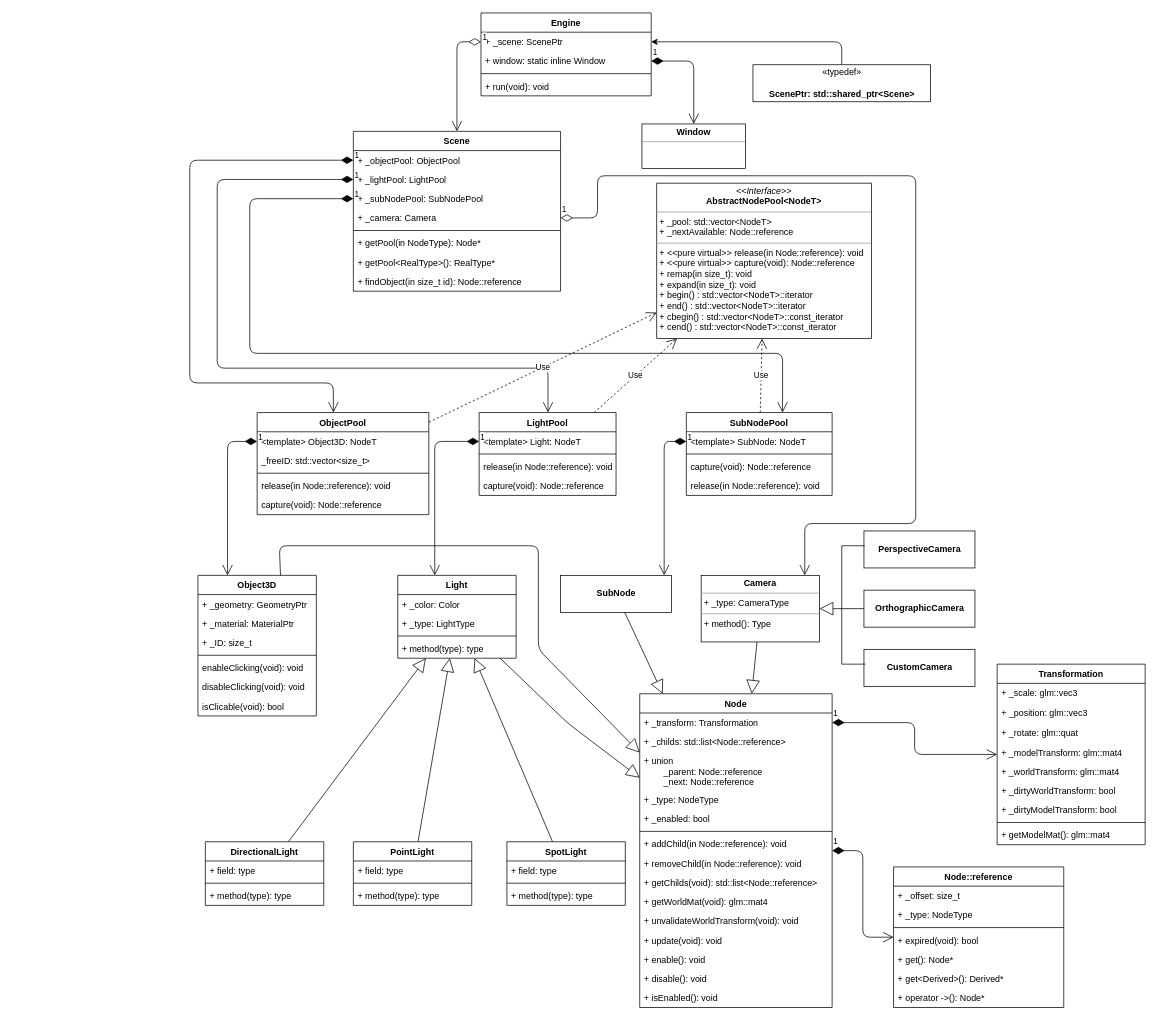
The draw.io diagram Untitled Diagram.drawio in bit-creator/VisualEngine, before the edit. Source tidied: cells renumbered, new cells numbered last; positions are measured from the earlier drawing's top-left corner, leaving out a move shared by most shapes. Both pictures are drawn from the tidied source at 74%, with x=0, y=0 at pixel (189, 13).
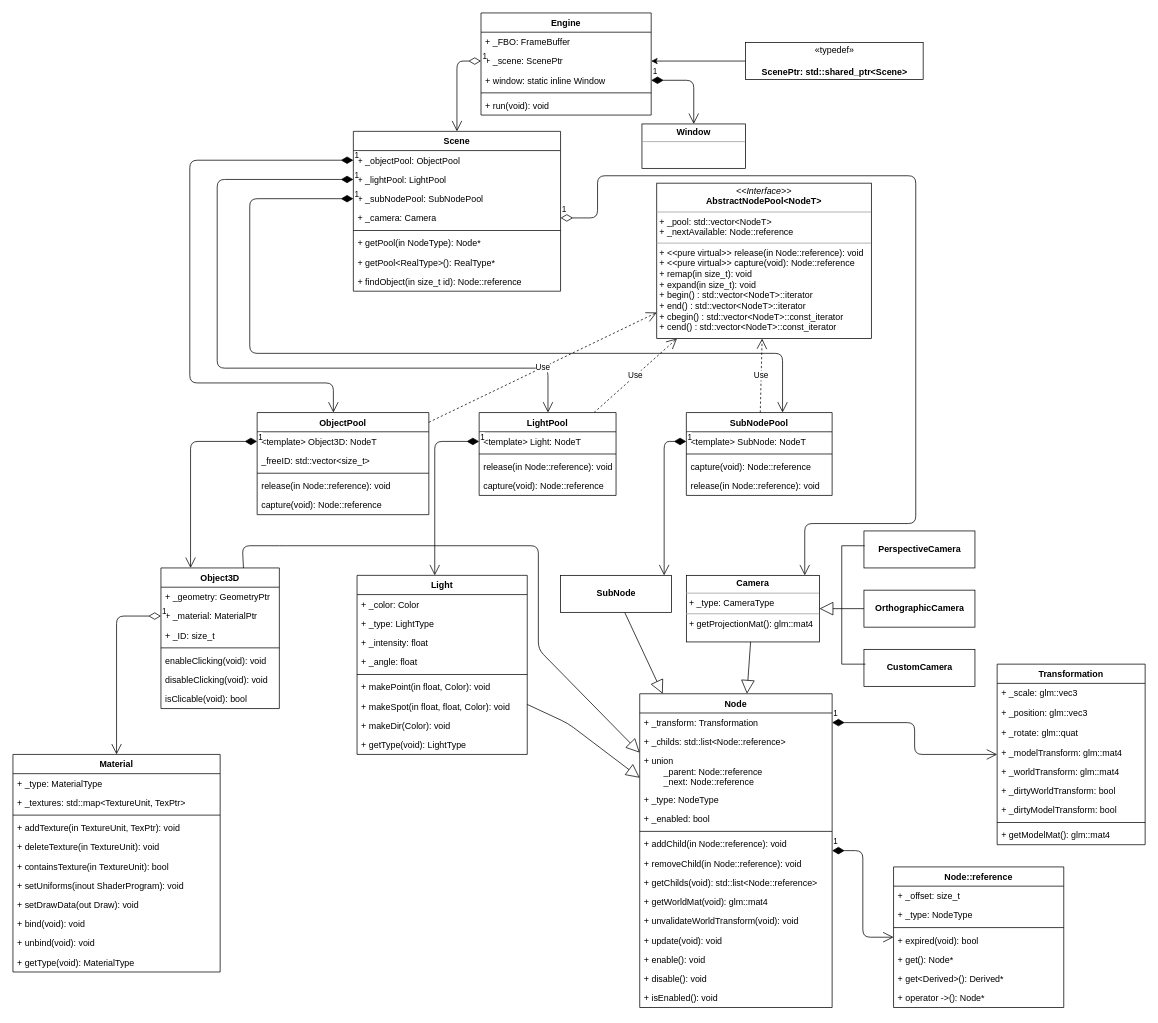
The same page after the edit.

Unchanged cells that the change refers to:
```xml
<mxCell id="2" value="Node" style="swimlane;fontStyle=1;align=center;verticalAlign=top;horizontal=1;startSize=26;" parent="1" vertex="1">
  <mxGeometry x="608" y="920" width="260" height="424" as="geometry" />
</mxCell>
<mxCell id="42" value="&lt;template&gt; Object3D: NodeT" style="text;strokeColor=none;fillColor=none;align=left;verticalAlign=top;spacingLeft=4;spacingRight=4;overflow=hidden;points=[[0,0.5],[1,0.5]];portConstraint=eastwest;" parent="41" vertex="1">
  <mxGeometry y="26" width="232" height="26" as="geometry" />
</mxCell>
<mxCell id="78" value="+ _material: MaterialPtr" style="text;strokeColor=none;fillColor=none;align=left;verticalAlign=top;spacingLeft=4;spacingRight=4;overflow=hidden;points=[[0,0.5],[1,0.5]];portConstraint=eastwest;" parent="76" vertex="1">
  <mxGeometry y="52" width="160" height="26" as="geometry" />
</mxCell>
```

Diff of the diagram source:
```diff
@@
-    <mxCell id="27" value="&lt;p style=&quot;margin: 0px ; margin-top: 4px ; text-align: center&quot;&gt;&lt;b&gt;Camera&lt;/b&gt;&lt;/p&gt;&lt;hr size=&quot;1&quot;&gt;&lt;p style=&quot;margin: 0px ; margin-left: 4px&quot;&gt;+ _type: CameraType&lt;/p&gt;&lt;hr size=&quot;1&quot;&gt;&lt;p style=&quot;margin: 0px ; margin-left: 4px&quot;&gt;+ method(): Type&lt;/p&gt;" style="verticalAlign=top;align=left;overflow=fill;fontSize=12;fontFamily=Helvetica;html=1;" parent="1" vertex="1">
-      <mxGeometry x="691" y="760" width="160" height="90" as="geometry" />
+    <mxCell id="27" value="&lt;p style=&quot;margin: 0px ; margin-top: 4px ; text-align: center&quot;&gt;&lt;b&gt;Camera&lt;/b&gt;&lt;/p&gt;&lt;hr size=&quot;1&quot;&gt;&lt;p style=&quot;margin: 0px ; margin-left: 4px&quot;&gt;+ _type: CameraType&lt;/p&gt;&lt;hr size=&quot;1&quot;&gt;&lt;p style=&quot;margin: 0px ; margin-left: 4px&quot;&gt;+ getProjectionMat(): glm::mat4&lt;/p&gt;" style="verticalAlign=top;align=left;overflow=fill;fontSize=12;fontFamily=Helvetica;html=1;" parent="1" vertex="1">
+      <mxGeometry x="671" y="760" width="180" height="90" as="geometry" />
     </mxCell>
     <mxCell id="28" style="endArrow=block;endSize=16;endFill=0;html=1;exitX=0.698;exitY=0.016;exitDx=0;exitDy=0;exitPerimeter=0;" parent="1" edge="1" source="76" target="2">
       <mxGeometry relative="1" as="geometry">
         <Array as="points">
+          <mxPoint x="71" y="720" />
           <mxPoint x="121" y="720" />
           <mxPoint x="471" y="720" />
           <mxPoint x="471" y="860" />
         </Array>
       </mxGeometry>
     </mxCell>
     <mxCell id="29" value="Engine" style="swimlane;fontStyle=1;align=center;verticalAlign=top;horizontal=1;startSize=26;" parent="1" vertex="1">
-      <mxGeometry x="393.5" width="230" height="112" as="geometry" />
+      <mxGeometry x="393.5" width="230" height="138" as="geometry" />
     </mxCell>
+    <mxCell id="125" value="+ _FBO: FrameBuffer" style="text;strokeColor=none;fillColor=none;align=left;verticalAlign=top;spacingLeft=4;spacingRight=4;overflow=hidden;" parent="29" vertex="1">
+      <mxGeometry y="26" width="230" height="26" as="geometry" />
+    </mxCell>
     <mxCell id="30" value="+ _scene: ScenePtr" style="text;strokeColor=none;fillColor=none;align=left;verticalAlign=top;spacingLeft=4;spacingRight=4;overflow=hidden;points=[[0,0.5],[1,0.5]];portConstraint=eastwest;" parent="29" vertex="1">
-      <mxGeometry y="26" width="230" height="26" as="geometry" />
+      <mxGeometry y="52" width="230" height="26" as="geometry" />
     </mxCell>
     <mxCell id="31" value="+ window: static inline Window" style="text;strokeColor=none;fillColor=none;align=left;verticalAlign=top;spacingLeft=4;spacingRight=4;overflow=hidden;points=[[0,0.5],[1,0.5]];portConstraint=eastwest;" parent="29" vertex="1">
-      <mxGeometry y="52" width="230" height="26" as="geometry" />
+      <mxGeometry y="78" width="230" height="26" as="geometry" />
     </mxCell>
     <mxCell id="32" style="line;strokeWidth=1;fillColor=none;align=left;verticalAlign=middle;spacingTop=-1;spacingLeft=3;spacingRight=3;labelPosition=right;" parent="29" vertex="1">
-      <mxGeometry y="78" width="230" height="8" as="geometry" />
+      <mxGeometry y="104" width="230" height="8" as="geometry" />
     </mxCell>
     <mxCell id="33" value="+ run(void): void" style="text;strokeColor=none;fillColor=none;align=left;verticalAlign=top;spacingLeft=4;spacingRight=4;overflow=hidden;" parent="29" vertex="1">
-      <mxGeometry y="86" width="230" height="26" as="geometry" />
+      <mxGeometry y="112" width="230" height="26" as="geometry" />
     </mxCell>
@@
     <mxCell id="39" value="«typedef»&lt;br&gt;&lt;div&gt;&lt;br&gt;&lt;/div&gt;&lt;div&gt;&lt;b&gt;ScenePtr: std::shared_ptr&amp;lt;Scene&amp;gt;&lt;/b&gt;&lt;br&gt;&lt;/div&gt;&lt;b&gt;&lt;/b&gt;" style="html=1;" parent="1" vertex="1">
-      <mxGeometry x="761" y="70" width="240" height="50" as="geometry" />
+      <mxGeometry x="751" y="40" width="240" height="50" as="geometry" />
     </mxCell>
@@
     <mxCell id="61" value="1" style="endArrow=open;html=1;endSize=12;startArrow=diamondThin;startSize=14;startFill=1;edgeStyle=orthogonalEdgeStyle;align=left;verticalAlign=bottom;" parent="1" edge="1" source="42" target="76">
       <mxGeometry x="-1" y="3" relative="1" as="geometry">
         <Array as="points">
-          <mxPoint x="51" y="579" />
+          <mxPoint x="1" y="579" />
         </Array>
       </mxGeometry>
     </mxCell>
@@
     <mxCell id="76" value="Object3D" style="swimlane;fontStyle=1;align=center;verticalAlign=top;horizontal=1;startSize=26;" parent="1" vertex="1">
-      <mxGeometry x="11" y="760" width="160" height="190" as="geometry" />
+      <mxGeometry x="-39" y="750" width="160" height="190" as="geometry" />
     </mxCell>
@@
     <mxCell id="85" value="Light" style="swimlane;fontStyle=1;align=center;verticalAlign=top;horizontal=1;startSize=26;" parent="1" vertex="1">
-      <mxGeometry x="281" y="760" width="160" height="112" as="geometry" />
+      <mxGeometry x="226" y="760" width="230" height="242" as="geometry" />
     </mxCell>
     <mxCell id="86" value="+ _color: Color" style="text;strokeColor=none;fillColor=none;align=left;verticalAlign=top;spacingLeft=4;spacingRight=4;overflow=hidden;" parent="85" vertex="1">
-      <mxGeometry y="26" width="160" height="26" as="geometry" />
+      <mxGeometry y="26" width="230" height="26" as="geometry" />
     </mxCell>
+    <mxCell id="126" value="+ _type: LightType" style="text;strokeColor=none;fillColor=none;align=left;verticalAlign=top;spacingLeft=4;spacingRight=4;overflow=hidden;" parent="85" vertex="1">
+      <mxGeometry y="52" width="230" height="26" as="geometry" />
+    </mxCell>
-    <mxCell id="87" value="+ _type: LightType" style="text;strokeColor=none;fillColor=none;align=left;verticalAlign=top;spacingLeft=4;spacingRight=4;overflow=hidden;" parent="85" vertex="1">
-      <mxGeometry y="52" width="160" height="26" as="geometry" />
+    <mxCell id="87" value="+ _intensity: float" style="text;strokeColor=none;fillColor=none;align=left;verticalAlign=top;spacingLeft=4;spacingRight=4;overflow=hidden;" parent="85" vertex="1">
+      <mxGeometry y="78" width="230" height="26" as="geometry" />
     </mxCell>
+    <mxCell id="127" value="+ _angle: float" style="text;strokeColor=none;fillColor=none;align=left;verticalAlign=top;spacingLeft=4;spacingRight=4;overflow=hidden;" parent="85" vertex="1">
+      <mxGeometry y="104" width="230" height="26" as="geometry" />
+    </mxCell>
     <mxCell id="88" style="line;strokeWidth=1;fillColor=none;align=left;verticalAlign=middle;spacingTop=-1;spacingLeft=3;spacingRight=3;labelPosition=right;" parent="85" vertex="1">
-      <mxGeometry y="78" width="160" height="8" as="geometry" />
+      <mxGeometry y="130" width="230" height="8" as="geometry" />
     </mxCell>
-    <mxCell id="89" value="+ method(type): type" style="text;strokeColor=none;fillColor=none;align=left;verticalAlign=top;spacingLeft=4;spacingRight=4;overflow=hidden;" parent="85" vertex="1">
-      <mxGeometry y="86" width="160" height="26" as="geometry" />
+    <mxCell id="89" value="+ makePoint(in float, Color): void" style="text;strokeColor=none;fillColor=none;align=left;verticalAlign=top;spacingLeft=4;spacingRight=4;overflow=hidden;" parent="85" vertex="1">
+      <mxGeometry y="138" width="230" height="26" as="geometry" />
     </mxCell>
-    <mxCell id="90" value="DirectionalLight" style="swimlane;fontStyle=1;align=center;verticalAlign=top;horizontal=1;startSize=26;" parent="1" vertex="1">
-      <mxGeometry x="21" y="1120" width="160" height="86" as="geometry" />
-    </mxCell>
-    <mxCell id="91" value="+ field: type" style="text;strokeColor=none;fillColor=none;align=left;verticalAlign=top;spacingLeft=4;spacingRight=4;overflow=hidden;" parent="90" vertex="1">
-      <mxGeometry y="26" width="160" height="26" as="geometry" />
-    </mxCell>
-    <mxCell id="92" style="line;strokeWidth=1;fillColor=none;align=left;verticalAlign=middle;spacingTop=-1;spacingLeft=3;spacingRight=3;labelPosition=right;" parent="90" vertex="1">
-      <mxGeometry y="52" width="160" height="8" as="geometry" />
-    </mxCell>
-    <mxCell id="93" value="+ method(type): type" style="text;strokeColor=none;fillColor=none;align=left;verticalAlign=top;spacingLeft=4;spacingRight=4;overflow=hidden;" parent="90" vertex="1">
-      <mxGeometry y="60" width="160" height="26" as="geometry" />
-    </mxCell>
-    <mxCell id="94" value="PointLight" style="swimlane;fontStyle=1;align=center;verticalAlign=top;horizontal=1;startSize=26;" parent="1" vertex="1">
-      <mxGeometry x="221" y="1120" width="160" height="86" as="geometry" />
-    </mxCell>
-    <mxCell id="95" value="+ field: type" style="text;strokeColor=none;fillColor=none;align=left;verticalAlign=top;spacingLeft=4;spacingRight=4;overflow=hidden;" parent="94" vertex="1">
-      <mxGeometry y="26" width="160" height="26" as="geometry" />
-    </mxCell>
-    <mxCell id="96" style="line;strokeWidth=1;fillColor=none;align=left;verticalAlign=middle;spacingTop=-1;spacingLeft=3;spacingRight=3;labelPosition=right;" parent="94" vertex="1">
-      <mxGeometry y="52" width="160" height="8" as="geometry" />
-    </mxCell>
-    <mxCell id="97" value="+ method(type): type" style="text;strokeColor=none;fillColor=none;align=left;verticalAlign=top;spacingLeft=4;spacingRight=4;overflow=hidden;" parent="94" vertex="1">
-      <mxGeometry y="60" width="160" height="26" as="geometry" />
-    </mxCell>
-    <mxCell id="98" value="SpotLight" style="swimlane;fontStyle=1;align=center;verticalAlign=top;horizontal=1;startSize=26;" parent="1" vertex="1">
-      <mxGeometry x="428.5" y="1120" width="160" height="86" as="geometry" />
-    </mxCell>
-    <mxCell id="99" value="+ field: type" style="text;strokeColor=none;fillColor=none;align=left;verticalAlign=top;spacingLeft=4;spacingRight=4;overflow=hidden;" parent="98" vertex="1">
-      <mxGeometry y="26" width="160" height="26" as="geometry" />
-    </mxCell>
-    <mxCell id="100" style="line;strokeWidth=1;fillColor=none;align=left;verticalAlign=middle;spacingTop=-1;spacingLeft=3;spacingRight=3;labelPosition=right;" parent="98" vertex="1">
-      <mxGeometry y="52" width="160" height="8" as="geometry" />
-    </mxCell>
-    <mxCell id="101" value="+ method(type): type" style="text;strokeColor=none;fillColor=none;align=left;verticalAlign=top;spacingLeft=4;spacingRight=4;overflow=hidden;" parent="98" vertex="1">
-      <mxGeometry y="60" width="160" height="26" as="geometry" />
-    </mxCell>
-    <mxCell id="102" style="endArrow=block;endSize=16;endFill=0;html=1;" parent="1" edge="1" source="90" target="85">
-      <mxGeometry relative="1" as="geometry" />
-    </mxCell>
-    <mxCell id="103" style="endArrow=block;endSize=16;endFill=0;html=1;" parent="1" edge="1" source="94" target="85">
-      <mxGeometry relative="1" as="geometry" />
-    </mxCell>
-    <mxCell id="104" style="endArrow=block;endSize=16;endFill=0;html=1;" parent="1" edge="1" source="98" target="85">
-      <mxGeometry relative="1" as="geometry" />
-    </mxCell>
+    <mxCell id="128" value="+ makeSpot(in float, float, Color): void" style="text;strokeColor=none;fillColor=none;align=left;verticalAlign=top;spacingLeft=4;spacingRight=4;overflow=hidden;" parent="85" vertex="1">
+      <mxGeometry y="164" width="230" height="26" as="geometry" />
+    </mxCell>
+    <mxCell id="129" value="+ makeDir(Color): void" style="text;strokeColor=none;fillColor=none;align=left;verticalAlign=top;spacingLeft=4;spacingRight=4;overflow=hidden;" parent="85" vertex="1">
+      <mxGeometry y="190" width="230" height="26" as="geometry" />
+    </mxCell>
+    <mxCell id="130" value="+ getType(void): LightType" style="text;strokeColor=none;fillColor=none;align=left;verticalAlign=top;spacingLeft=4;spacingRight=4;overflow=hidden;" parent="85" vertex="1">
+      <mxGeometry y="216" width="230" height="26" as="geometry" />
+    </mxCell>
@@
+    <mxCell id="131" value="Material" style="swimlane;fontStyle=1;align=center;verticalAlign=top;horizontal=1;startSize=26;" parent="1" vertex="1">
+      <mxGeometry x="-239" y="1002" width="280" height="294" as="geometry" />
+    </mxCell>
+    <mxCell id="132" value="+ _type: MaterialType" style="text;strokeColor=none;fillColor=none;align=left;verticalAlign=top;spacingLeft=4;spacingRight=4;overflow=hidden;" parent="131" vertex="1">
+      <mxGeometry y="26" width="280" height="26" as="geometry" />
+    </mxCell>
+    <mxCell id="133" value="+ _textures: std::map&lt;TextureUnit, TexPtr&gt;" style="text;strokeColor=none;fillColor=none;align=left;verticalAlign=top;spacingLeft=4;spacingRight=4;overflow=hidden;" parent="131" vertex="1">
+      <mxGeometry y="52" width="280" height="26" as="geometry" />
+    </mxCell>
+    <mxCell id="134" style="line;strokeWidth=1;fillColor=none;align=left;verticalAlign=middle;spacingTop=-1;spacingLeft=3;spacingRight=3;labelPosition=right;" parent="131" vertex="1">
+      <mxGeometry y="78" width="280" height="8" as="geometry" />
+    </mxCell>
+    <mxCell id="135" value="+ addTexture(in TextureUnit, TexPtr): void" style="text;strokeColor=none;fillColor=none;align=left;verticalAlign=top;spacingLeft=4;spacingRight=4;overflow=hidden;" parent="131" vertex="1">
+      <mxGeometry y="86" width="280" height="26" as="geometry" />
+    </mxCell>
+    <mxCell id="136" value="+ deleteTexture(in TextureUnit): void" style="text;strokeColor=none;fillColor=none;align=left;verticalAlign=top;spacingLeft=4;spacingRight=4;overflow=hidden;" parent="131" vertex="1">
+      <mxGeometry y="112" width="280" height="26" as="geometry" />
+    </mxCell>
+    <mxCell id="137" value="+ containsTexture(in TextureUnit): bool" style="text;strokeColor=none;fillColor=none;align=left;verticalAlign=top;spacingLeft=4;spacingRight=4;overflow=hidden;" parent="131" vertex="1">
+      <mxGeometry y="138" width="280" height="26" as="geometry" />
+    </mxCell>
+    <mxCell id="138" value="+ setUniforms(inout ShaderProgram): void" style="text;strokeColor=none;fillColor=none;align=left;verticalAlign=top;spacingLeft=4;spacingRight=4;overflow=hidden;" parent="131" vertex="1">
+      <mxGeometry y="164" width="280" height="26" as="geometry" />
+    </mxCell>
+    <mxCell id="139" value="+ setDrawData(out Draw): void" style="text;strokeColor=none;fillColor=none;align=left;verticalAlign=top;spacingLeft=4;spacingRight=4;overflow=hidden;" parent="131" vertex="1">
+      <mxGeometry y="190" width="280" height="26" as="geometry" />
+    </mxCell>
+    <mxCell id="140" value="+ bind(void): void" style="text;strokeColor=none;fillColor=none;align=left;verticalAlign=top;spacingLeft=4;spacingRight=4;overflow=hidden;" parent="131" vertex="1">
+      <mxGeometry y="216" width="280" height="26" as="geometry" />
+    </mxCell>
+    <mxCell id="141" value="+ unbind(void): void" style="text;strokeColor=none;fillColor=none;align=left;verticalAlign=top;spacingLeft=4;spacingRight=4;overflow=hidden;" parent="131" vertex="1">
+      <mxGeometry y="242" width="280" height="26" as="geometry" />
+    </mxCell>
+    <mxCell id="142" value="+ getType(void): MaterialType" style="text;strokeColor=none;fillColor=none;align=left;verticalAlign=top;spacingLeft=4;spacingRight=4;overflow=hidden;" parent="131" vertex="1">
+      <mxGeometry y="268" width="280" height="26" as="geometry" />
+    </mxCell>
+    <mxCell id="143" value="1" style="endArrow=open;html=1;endSize=12;startArrow=diamondThin;startSize=14;startFill=0;edgeStyle=orthogonalEdgeStyle;align=left;verticalAlign=bottom;" parent="1" edge="1" source="78" target="131">
+      <mxGeometry x="-1" y="3" relative="1" as="geometry" />
+    </mxCell>
```
